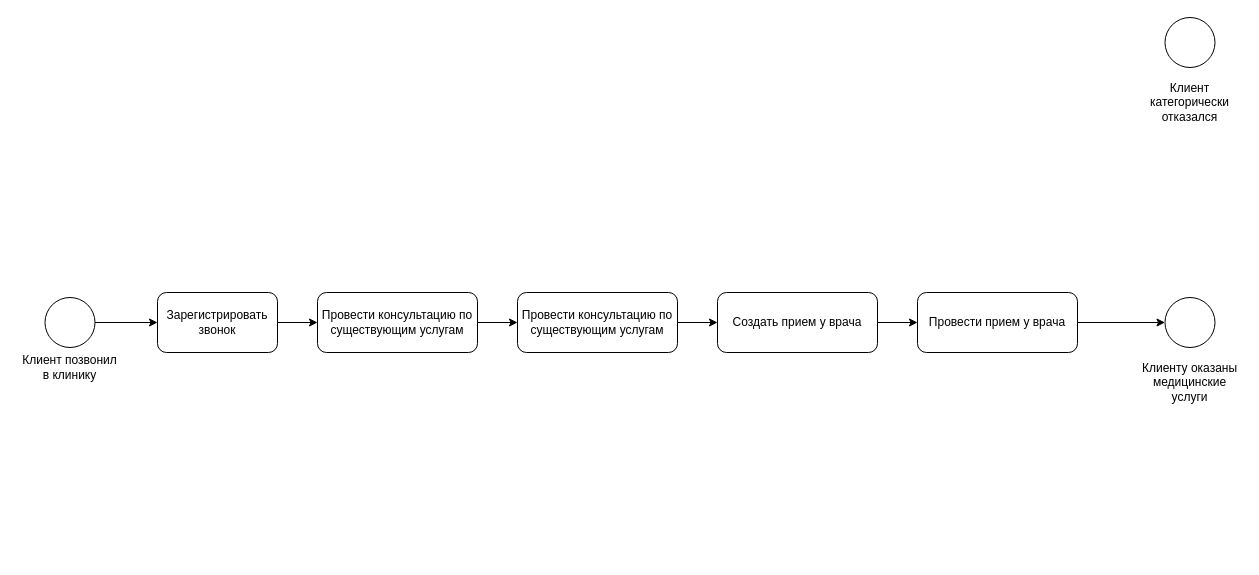
The draw.io diagram Business Processes.drawio in arturyumaev/Bachelor-Diploma-Docs, before the edit. Source tidied: cells renumbered, new cells numbered last; positions are measured from the earlier drawing's top-left corner, leaving out a move shared by most shapes. Both pictures are drawn from the tidied source at 100%, with x=0, y=0 at pixel (17, 17).
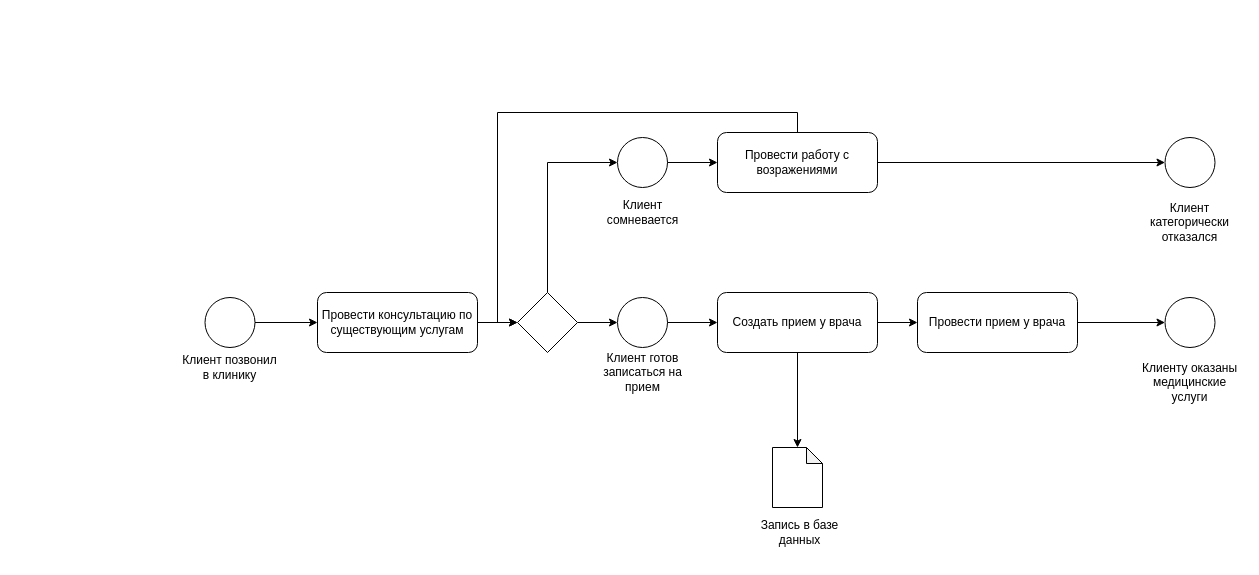
After the change.

Unchanged cells that the change refers to:
```xml
<mxCell id="3" style="ellipse;whiteSpace=wrap;html=1;align=left;" parent="2" vertex="1">
  <mxGeometry x="27.5" width="50" height="50" as="geometry" />
</mxCell>
<mxCell id="10" value="Провести консультацию по существующим услугам" style="rounded=1;whiteSpace=wrap;html=1;align=center;" parent="1" vertex="1">
  <mxGeometry x="300" y="275" width="160" height="60" as="geometry" />
</mxCell>
<mxCell id="16" value="Создать прием у врача" style="rounded=1;whiteSpace=wrap;html=1;align=center;" parent="1" vertex="1">
  <mxGeometry x="700" y="275" width="160" height="60" as="geometry" />
</mxCell>
<mxCell id="20" style="ellipse;whiteSpace=wrap;html=1;align=left;" parent="19" vertex="1">
  <mxGeometry x="27.5" width="50" height="50" as="geometry" />
</mxCell>
```

The edit, as a diff of the source:
```diff
@@
     <mxCell id="2" style="group;" parent="1" vertex="1">
-      <mxGeometry y="280" width="105" height="90" as="geometry" />
+      <mxGeometry x="160" y="280" width="105" height="90" as="geometry" />
     </mxCell>
@@
-    <mxCell id="8" value="Зарегистрировать звонок" style="rounded=1;whiteSpace=wrap;html=1;align=center;" parent="1" vertex="1">
-      <mxGeometry x="140" y="275" width="120" height="60" as="geometry" />
-    </mxCell>
-    <mxCell id="9" style="endArrow=classic;html=1;exitX=1;exitY=0.5;exitDx=0;exitDy=0;entryX=0;entryY=0.5;entryDx=0;entryDy=0;" parent="1" edge="1" source="3" target="8">
+    <mxCell id="9" style="endArrow=classic;html=1;exitX=1;exitY=0.5;exitDx=0;exitDy=0;entryX=0;entryY=0.5;entryDx=0;entryDy=0;" parent="1" edge="1" source="3" target="10">
       <mxGeometry relative="1" as="geometry" />
     </mxCell>
@@
-    <mxCell id="11" style="endArrow=classic;html=1;entryX=0;entryY=0.5;entryDx=0;entryDy=0;exitX=1;exitY=0.5;exitDx=0;exitDy=0;" parent="1" edge="1" source="8" target="10">
-      <mxGeometry relative="1" as="geometry" />
-    </mxCell>
-    <mxCell id="12" style="edgeStyle=orthogonalEdgeStyle;rounded=0;jettySize=auto;html=1;exitX=1;exitY=0.5;exitDx=0;exitDy=0;entryX=0;entryY=0.5;entryDx=0;entryDy=0;" parent="1" edge="1" source="13" target="16">
-      <mxGeometry relative="1" as="geometry" />
-    </mxCell>
-    <mxCell id="13" value="Провести консультацию по существующим услугам" style="rounded=1;whiteSpace=wrap;html=1;align=center;" parent="1" vertex="1">
-      <mxGeometry x="500" y="275" width="160" height="60" as="geometry" />
-    </mxCell>
-    <mxCell id="14" style="endArrow=classic;html=1;entryX=0;entryY=0.5;entryDx=0;entryDy=0;exitX=1;exitY=0.5;exitDx=0;exitDy=0;" parent="1" edge="1" source="10" target="13">
+    <mxCell id="14" style="endArrow=classic;html=1;entryX=0;entryY=0.5;entryDx=0;entryDy=0;exitX=1;exitY=0.5;exitDx=0;exitDy=0;" parent="1" edge="1" source="10" target="25">
       <mxGeometry relative="1" as="geometry" />
     </mxCell>
@@
+    <mxCell id="22" style="edgeStyle=orthogonalEdgeStyle;rounded=0;jettySize=auto;html=1;exitX=0.5;exitY=1;exitDx=0;exitDy=0;entryX=0.5;entryY=0;entryDx=0;entryDy=0;entryPerimeter=0;" parent="1" edge="1" source="16" target="38">
+      <mxGeometry relative="1" as="geometry" />
+    </mxCell>
@@
     <mxCell id="19" style="group;" parent="1" vertex="1">
-      <mxGeometry x="1120" width="105" height="110" as="geometry" />
+      <mxGeometry x="1120" y="120" width="105" height="110" as="geometry" />
     </mxCell>
@@
+    <mxCell id="23" style="edgeStyle=orthogonalEdgeStyle;rounded=0;jettySize=auto;html=1;exitX=1;exitY=0.5;exitDx=0;exitDy=0;entryX=0;entryY=0.5;entryDx=0;entryDy=0;" parent="1" edge="1" source="25" target="28">
+      <mxGeometry relative="1" as="geometry" />
+    </mxCell>
+    <mxCell id="24" style="edgeStyle=orthogonalEdgeStyle;rounded=0;jettySize=auto;html=1;exitX=0.5;exitY=0;exitDx=0;exitDy=0;entryX=0;entryY=0.5;entryDx=0;entryDy=0;" parent="1" edge="1" source="25" target="32">
+      <mxGeometry relative="1" as="geometry" />
+    </mxCell>
+    <mxCell id="25" style="rhombus;whiteSpace=wrap;html=1;align=left;" parent="1" vertex="1">
+      <mxGeometry x="500" y="275" width="60" height="60" as="geometry" />
+    </mxCell>
+    <mxCell id="26" style="group;" parent="1" vertex="1">
+      <mxGeometry x="572.5" y="280" width="105" height="100" as="geometry" />
+    </mxCell>
+    <mxCell id="27" value="Клиент готов записаться на прием" style="text;html=1;strokeColor=none;fillColor=none;align=center;verticalAlign=middle;whiteSpace=wrap;rounded=0;" parent="26" vertex="1">
+      <mxGeometry y="50" width="105" height="50" as="geometry" />
+    </mxCell>
+    <mxCell id="28" style="ellipse;whiteSpace=wrap;html=1;align=left;" parent="26" vertex="1">
+      <mxGeometry x="27.5" width="50" height="50" as="geometry" />
+    </mxCell>
+    <mxCell id="29" style="edgeStyle=orthogonalEdgeStyle;rounded=0;jettySize=auto;html=1;exitX=1;exitY=0.5;exitDx=0;exitDy=0;entryX=0;entryY=0.5;entryDx=0;entryDy=0;" parent="1" edge="1" source="28" target="16">
+      <mxGeometry relative="1" as="geometry" />
+    </mxCell>
+    <mxCell id="30" style="group;" parent="1" vertex="1">
+      <mxGeometry x="572.5" y="120" width="105" height="100" as="geometry" />
+    </mxCell>
+    <mxCell id="31" value="Клиент сомневается" style="text;html=1;strokeColor=none;fillColor=none;align=center;verticalAlign=middle;whiteSpace=wrap;rounded=0;" parent="30" vertex="1">
+      <mxGeometry y="50" width="105" height="50" as="geometry" />
+    </mxCell>
+    <mxCell id="32" style="ellipse;whiteSpace=wrap;html=1;align=left;" parent="30" vertex="1">
+      <mxGeometry x="27.5" width="50" height="50" as="geometry" />
+    </mxCell>
+    <mxCell id="33" style="edgeStyle=orthogonalEdgeStyle;rounded=0;jettySize=auto;html=1;exitX=1;exitY=0.5;exitDx=0;exitDy=0;entryX=0;entryY=0.5;entryDx=0;entryDy=0;" parent="1" edge="1" source="35" target="20">
+      <mxGeometry relative="1" as="geometry" />
+    </mxCell>
+    <mxCell id="34" style="edgeStyle=orthogonalEdgeStyle;rounded=0;jettySize=auto;html=1;exitX=0.5;exitY=0;exitDx=0;exitDy=0;entryX=0;entryY=0.5;entryDx=0;entryDy=0;" parent="1" edge="1" source="35" target="25">
+      <mxGeometry relative="1" as="geometry" />
+    </mxCell>
+    <mxCell id="35" value="Провести работу с возражениями" style="rounded=1;whiteSpace=wrap;html=1;align=center;" parent="1" vertex="1">
+      <mxGeometry x="700" y="115" width="160" height="60" as="geometry" />
+    </mxCell>
+    <mxCell id="36" style="edgeStyle=orthogonalEdgeStyle;rounded=0;jettySize=auto;html=1;exitX=1;exitY=0.5;exitDx=0;exitDy=0;entryX=0;entryY=0.5;entryDx=0;entryDy=0;" parent="1" edge="1" source="32" target="35">
+      <mxGeometry relative="1" as="geometry" />
+    </mxCell>
+    <mxCell id="37" style="group;" parent="1" vertex="1">
+      <mxGeometry x="730" y="430" width="105" height="110" as="geometry" />
+    </mxCell>
+    <mxCell id="38" style="shape=note;whiteSpace=wrap;html=1;backgroundOutline=1;darkOpacity=0.05;align=left;size=16;" parent="37" vertex="1">
+      <mxGeometry x="25" width="50" height="60" as="geometry" />
+    </mxCell>
+    <mxCell id="39" value="Запись в базе данных" style="text;html=1;strokeColor=none;fillColor=none;align=center;verticalAlign=middle;whiteSpace=wrap;rounded=0;" parent="37" vertex="1">
+      <mxGeometry y="60" width="105" height="50" as="geometry" />
+    </mxCell>
```
